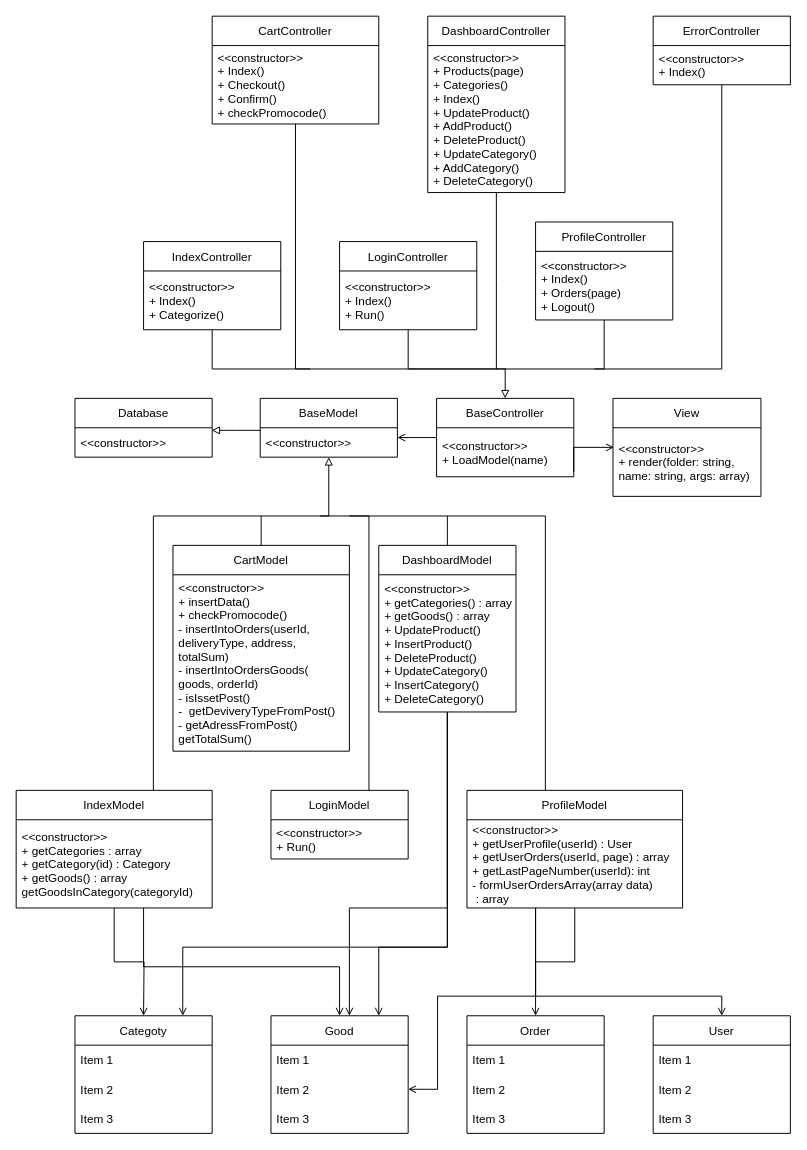
Camalo/writeboard keeps this draw.io diagram as ClassesDiagram.drawio. Above is the earlier version. Source tidied: cells renumbered, new cells numbered last; positions are measured from the earlier drawing's top-left corner, leaving out a move shared by most shapes. Both pictures are drawn from the tidied source at 98%, with x=0, y=0 at pixel (16, 16).
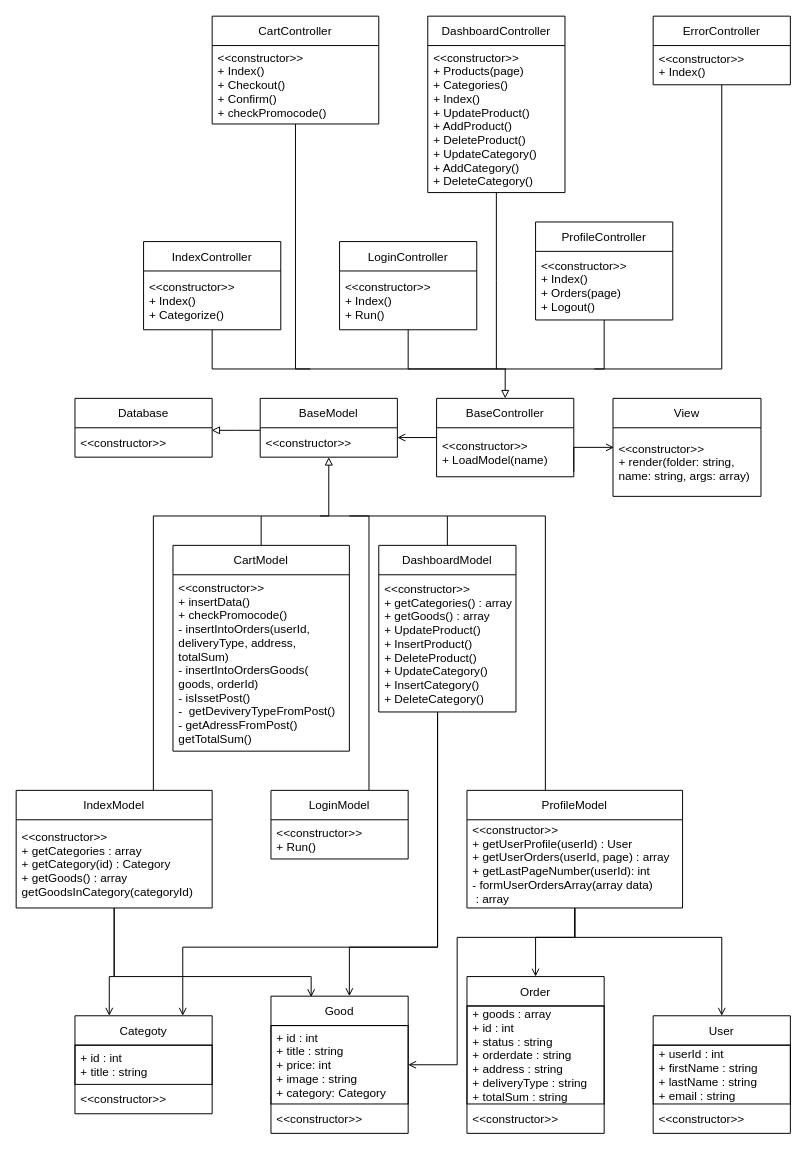
After the change.

Unchanged cells that the change refers to:
```xml
<mxCell id="33" value="DashboardModel" style="swimlane;fontStyle=0;horizontal=1;startSize=30;" parent="1" vertex="1">
  <mxGeometry x="370" y="540" width="140" height="170" as="geometry" />
</mxCell>
<mxCell id="44" value="IndexModel" style="swimlane;fontStyle=0;horizontal=1;startSize=30;" parent="1" vertex="1">
  <mxGeometry y="790" width="200" height="120" as="geometry" />
</mxCell>
<mxCell id="50" value="ProfileModel" style="swimlane;fontStyle=0;horizontal=1;startSize=30;" parent="1" vertex="1">
  <mxGeometry x="460" y="790" width="220" height="120" as="geometry" />
</mxCell>
<mxCell id="64" value="User" style="swimlane;fontStyle=0;horizontal=1;startSize=30;" parent="1" vertex="1">
  <mxGeometry x="650" y="1020" width="140" height="120" as="geometry" />
</mxCell>
```

Change to the diagram source:
```diff
@@
     <mxCell id="30" style="edgeStyle=orthogonalEdgeStyle;rounded=0;jettySize=auto;html=1;endArrow=open;endFill=0;" parent="1" edge="1" source="33" target="52">
       <mxGeometry relative="1" as="geometry">
         <Array as="points">
-          <mxPoint x="440" y="910" />
-          <mxPoint x="340" y="910" />
+          <mxPoint x="430" y="950" />
+          <mxPoint x="340" y="950" />
         </Array>
       </mxGeometry>
     </mxCell>
     <mxCell id="31" style="edgeStyle=orthogonalEdgeStyle;rounded=0;jettySize=auto;html=1;endArrow=open;endFill=0;" parent="1" edge="1" source="33" target="56">
       <mxGeometry relative="1" as="geometry">
         <Array as="points">
-          <mxPoint x="440" y="950" />
+          <mxPoint x="430" y="950" />
           <mxPoint x="170" y="950" />
         </Array>
       </mxGeometry>
     </mxCell>
-    <mxCell id="32" style="edgeStyle=orthogonalEdgeStyle;rounded=0;jettySize=auto;html=1;endArrow=open;endFill=0;" parent="1" edge="1" source="33" target="52">
-      <mxGeometry relative="1" as="geometry">
-        <Array as="points">
-          <mxPoint x="440" y="950" />
-          <mxPoint x="370" y="950" />
-        </Array>
-      </mxGeometry>
-    </mxCell>
@@
-    <mxCell id="42" style="edgeStyle=orthogonalEdgeStyle;rounded=0;jettySize=auto;html=1;endArrow=open;endFill=0;" parent="1" edge="1" source="44">
-      <mxGeometry relative="1" as="geometry">
-        <mxPoint x="130" y="1020" as="targetPoint" />
-      </mxGeometry>
-    </mxCell>
-    <mxCell id="43" style="edgeStyle=orthogonalEdgeStyle;rounded=0;jettySize=auto;html=1;entryX=0.5;entryY=0;entryDx=0;entryDy=0;endArrow=open;endFill=0;" parent="1" edge="1" source="44" target="52">
+    <mxCell id="43" style="edgeStyle=orthogonalEdgeStyle;rounded=0;jettySize=auto;html=1;entryX=0.293;entryY=0.007;entryDx=0;entryDy=0;endArrow=open;endFill=0;entryPerimeter=0;" parent="1" edge="1" source="44" target="52">
       <mxGeometry relative="1" as="geometry">
         <Array as="points">
-          <mxPoint x="130" y="970" />
-          <mxPoint x="330" y="970" />
+          <mxPoint x="100" y="980" />
+          <mxPoint x="300" y="980" />
+          <mxPoint x="300" y="980" />
+          <mxPoint x="301" y="980" />
         </Array>
       </mxGeometry>
     </mxCell>
+    <mxCell id="70" style="edgeStyle=orthogonalEdgeStyle;rounded=0;jettySize=auto;html=1;entryX=0.25;entryY=0;entryDx=0;entryDy=0;endArrow=open;endFill=0;" parent="1" edge="1" source="44" target="56">
+      <mxGeometry relative="1" as="geometry">
+        <Array as="points">
+          <mxPoint x="100" y="980" />
+          <mxPoint x="95" y="980" />
+        </Array>
+      </mxGeometry>
+    </mxCell>
@@
     <mxCell id="47" style="edgeStyle=orthogonalEdgeStyle;rounded=0;jettySize=auto;html=1;endArrow=open;endFill=0;" parent="1" edge="1" source="50" target="64">
       <mxGeometry relative="1" as="geometry">
         <Array as="points">
-          <mxPoint x="530" y="1000" />
-          <mxPoint x="720" y="1000" />
+          <mxPoint x="570" y="940" />
+          <mxPoint x="720" y="940" />
         </Array>
       </mxGeometry>
     </mxCell>
     <mxCell id="48" style="edgeStyle=orthogonalEdgeStyle;rounded=0;jettySize=auto;html=1;entryX=0.5;entryY=0;entryDx=0;entryDy=0;endArrow=open;endFill=0;" parent="1" edge="1" source="50" target="60">
-      <mxGeometry relative="1" as="geometry" />
+      <mxGeometry relative="1" as="geometry">
+        <Array as="points">
+          <mxPoint x="570" y="940" />
+          <mxPoint x="530" y="940" />
+        </Array>
+      </mxGeometry>
     </mxCell>
-    <mxCell id="49" style="edgeStyle=orthogonalEdgeStyle;rounded=0;jettySize=auto;html=1;entryX=1;entryY=0.5;entryDx=0;entryDy=0;endArrow=open;endFill=0;" parent="1" edge="1" source="50" target="54">
-      <mxGeometry relative="1" as="geometry">
-        <Array as="points">
-          <mxPoint x="530" y="1000" />
-          <mxPoint x="430" y="1000" />
-          <mxPoint x="430" y="1095" />
-        </Array>
-      </mxGeometry>
-    </mxCell>
+    <mxCell id="71" style="edgeStyle=orthogonalEdgeStyle;rounded=0;jettySize=auto;html=1;entryX=1;entryY=0.5;entryDx=0;entryDy=0;endArrow=open;endFill=0;" parent="1" edge="1" source="50" target="53">
+      <mxGeometry relative="1" as="geometry">
+        <Array as="points">
+          <mxPoint x="570" y="940" />
+          <mxPoint x="450" y="940" />
+          <mxPoint x="450" y="1070" />
+        </Array>
+      </mxGeometry>
+    </mxCell>
@@
     <mxCell id="52" value="Good" style="swimlane;fontStyle=0;horizontal=1;startSize=30;" parent="1" vertex="1">
-      <mxGeometry x="260" y="1020" width="140" height="120" as="geometry" />
+      <mxGeometry x="260" y="1000" width="140" height="140" as="geometry" />
     </mxCell>
-    <mxCell id="53" value="Item 1" style="text;strokeColor=none;fillColor=none;align=left;verticalAlign=middle;spacingLeft=4;spacingRight=4;overflow=hidden;points=[[0,0.5],[1,0.5]];portConstraint=eastwest;" parent="52" vertex="1">
-      <mxGeometry y="30" width="140" height="30" as="geometry" />
+    <mxCell id="53" value="+ id : int&#10;+ title : string&#10;+ price: int&#10;+ image : string&#10;+ category: Category" style="text;strokeColor=default;fillColor=none;align=left;verticalAlign=middle;spacingLeft=4;spacingRight=4;overflow=hidden;points=[[0,0.5],[1,0.5]];portConstraint=eastwest;" parent="52" vertex="1">
+      <mxGeometry y="30" width="140" height="80" as="geometry" />
     </mxCell>
-    <mxCell id="54" value="Item 2" style="text;strokeColor=none;fillColor=none;align=left;verticalAlign=middle;spacingLeft=4;spacingRight=4;overflow=hidden;points=[[0,0.5],[1,0.5]];portConstraint=eastwest;" parent="52" vertex="1">
-      <mxGeometry y="60" width="140" height="30" as="geometry" />
+    <mxCell id="54" value="&lt;&lt;constructor&gt;&gt;" style="text;strokeColor=none;fillColor=none;align=left;verticalAlign=middle;spacingLeft=4;spacingRight=4;overflow=hidden;points=[[0,0.5],[1,0.5]];portConstraint=eastwest;" parent="52" vertex="1">
+      <mxGeometry y="110" width="140" height="30" as="geometry" />
     </mxCell>
-    <mxCell id="55" value="Item 3" style="text;strokeColor=none;fillColor=none;align=left;verticalAlign=middle;spacingLeft=4;spacingRight=4;overflow=hidden;" parent="52" vertex="1">
-      <mxGeometry y="90" width="140" height="30" as="geometry" />
-    </mxCell>
     <mxCell id="56" value="Categoty" style="swimlane;fontStyle=0;horizontal=1;startSize=30;" parent="1" vertex="1">
-      <mxGeometry x="60" y="1020" width="140" height="120" as="geometry" />
+      <mxGeometry x="60" y="1020" width="140" height="100" as="geometry" />
     </mxCell>
-    <mxCell id="57" value="Item 1" style="text;strokeColor=none;fillColor=none;align=left;verticalAlign=middle;spacingLeft=4;spacingRight=4;overflow=hidden;" parent="56" vertex="1">
-      <mxGeometry y="30" width="140" height="30" as="geometry" />
+    <mxCell id="57" value="+ id : int&#10;+ title : string" style="text;strokeColor=default;fillColor=none;align=left;verticalAlign=top;spacingLeft=4;spacingRight=4;overflow=hidden;labelBorderColor=none;" parent="56" vertex="1">
+      <mxGeometry y="30" width="140" height="40" as="geometry" />
     </mxCell>
-    <mxCell id="58" value="Item 2" style="text;strokeColor=none;fillColor=none;align=left;verticalAlign=middle;spacingLeft=4;spacingRight=4;overflow=hidden;" parent="56" vertex="1">
-      <mxGeometry y="60" width="140" height="30" as="geometry" />
+    <mxCell id="58" value="&lt;&lt;constructor&gt;&gt;" style="text;strokeColor=none;fillColor=none;align=left;verticalAlign=middle;spacingLeft=4;spacingRight=4;overflow=hidden;" parent="56" vertex="1">
+      <mxGeometry y="70" width="140" height="30" as="geometry" />
     </mxCell>
-    <mxCell id="59" value="Item 3" style="text;strokeColor=none;fillColor=none;align=left;verticalAlign=middle;spacingLeft=4;spacingRight=4;overflow=hidden;" parent="56" vertex="1">
-      <mxGeometry y="90" width="140" height="30" as="geometry" />
-    </mxCell>
     <mxCell id="60" value="Order" style="swimlane;fontStyle=0;horizontal=1;startSize=30;" parent="1" vertex="1">
-      <mxGeometry x="460" y="1020" width="140" height="120" as="geometry" />
+      <mxGeometry x="460" y="980" width="140" height="160" as="geometry" />
     </mxCell>
-    <mxCell id="61" value="Item 1" style="text;strokeColor=none;fillColor=none;align=left;verticalAlign=middle;spacingLeft=4;spacingRight=4;overflow=hidden;" parent="60" vertex="1">
-      <mxGeometry y="30" width="140" height="30" as="geometry" />
+    <mxCell id="61" value="+ goods : array&#10;+ id : int&#10;+ status : string&#10;+ orderdate : string&#10;+ address : string&#10;+ deliveryType : string&#10;+ totalSum : string" style="text;strokeColor=default;fillColor=none;align=left;verticalAlign=middle;spacingLeft=4;spacingRight=4;overflow=hidden;" parent="60" vertex="1">
+      <mxGeometry y="30" width="140" height="100" as="geometry" />
     </mxCell>
-    <mxCell id="62" value="Item 2" style="text;strokeColor=none;fillColor=none;align=left;verticalAlign=middle;spacingLeft=4;spacingRight=4;overflow=hidden;" parent="60" vertex="1">
-      <mxGeometry y="60" width="140" height="30" as="geometry" />
+    <mxCell id="62" value="&lt;&lt;constructor&gt;&gt;" style="text;strokeColor=none;fillColor=none;align=left;verticalAlign=middle;spacingLeft=4;spacingRight=4;overflow=hidden;" parent="60" vertex="1">
+      <mxGeometry y="130" width="140" height="30" as="geometry" />
     </mxCell>
-    <mxCell id="63" value="Item 3" style="text;strokeColor=none;fillColor=none;align=left;verticalAlign=middle;spacingLeft=4;spacingRight=4;overflow=hidden;" parent="60" vertex="1">
-      <mxGeometry y="90" width="140" height="30" as="geometry" />
-    </mxCell>
@@
-    <mxCell id="65" value="Item 1" style="text;strokeColor=none;fillColor=none;align=left;verticalAlign=middle;spacingLeft=4;spacingRight=4;overflow=hidden;" parent="64" vertex="1">
-      <mxGeometry y="30" width="140" height="30" as="geometry" />
+    <mxCell id="65" value="+ userId : int&#10;+ firstName : string&#10;+ lastName : string&#10;+ email : string" style="text;strokeColor=default;fillColor=none;align=left;verticalAlign=middle;spacingLeft=4;spacingRight=4;overflow=hidden;" parent="64" vertex="1">
+      <mxGeometry y="30" width="140" height="60" as="geometry" />
     </mxCell>
-    <mxCell id="66" value="Item 2" style="text;strokeColor=none;fillColor=none;align=left;verticalAlign=middle;spacingLeft=4;spacingRight=4;overflow=hidden;" parent="64" vertex="1">
-      <mxGeometry y="60" width="140" height="30" as="geometry" />
+    <mxCell id="66" value="&lt;&lt;constructor&gt;&gt;" style="text;strokeColor=none;fillColor=none;align=left;verticalAlign=middle;spacingLeft=4;spacingRight=4;overflow=hidden;" parent="64" vertex="1">
+      <mxGeometry y="90" width="140" height="30" as="geometry" />
     </mxCell>
-    <mxCell id="67" value="Item 3" style="text;strokeColor=none;fillColor=none;align=left;verticalAlign=middle;spacingLeft=4;spacingRight=4;overflow=hidden;" parent="64" vertex="1">
-      <mxGeometry y="90" width="140" height="30" as="geometry" />
-    </mxCell>
```
